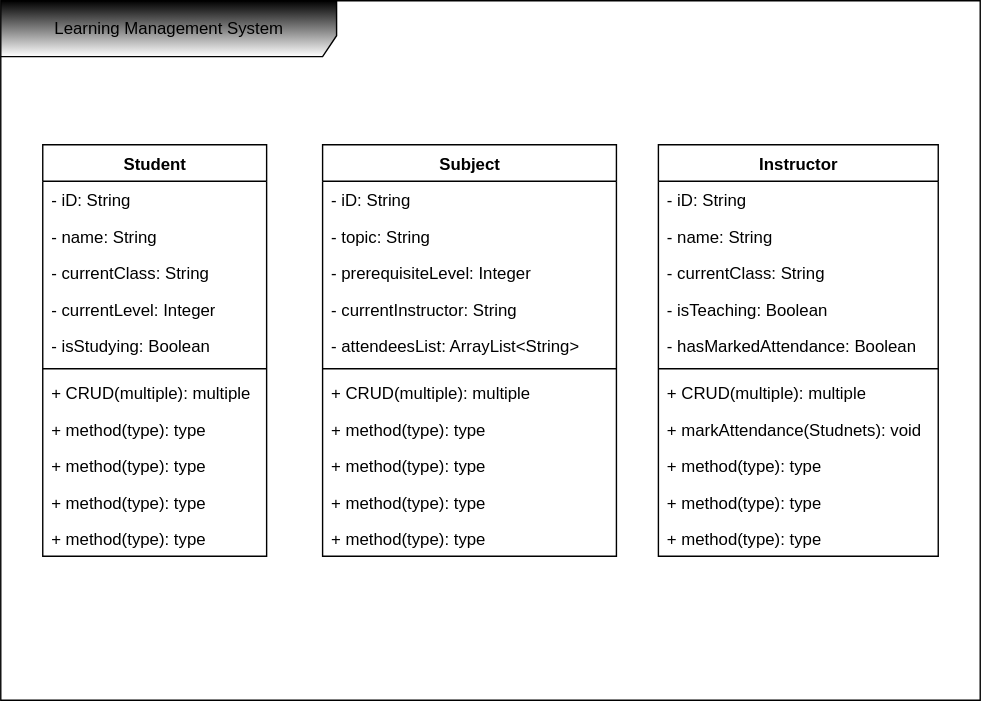
Abdullah-Alwael/SpringBootLab7 keeps this draw.io diagram as LMS.svg. Above is the earlier version. Source tidied: cells renumbered, new cells last; positions are measured from the earlier drawing's top-left corner, leaving out a move shared by most shapes.
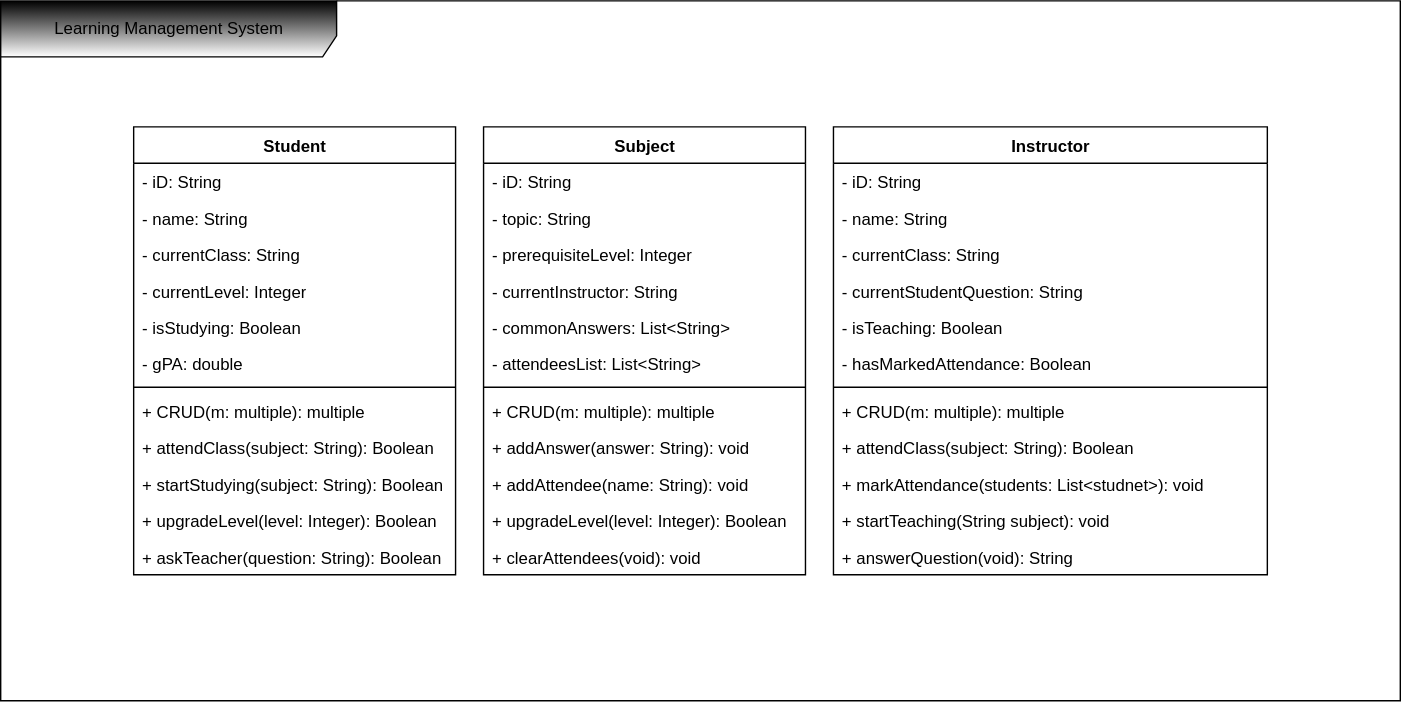
The same file after the commit.

Commit message:
Completed UML diagram

Change to the diagram source:
```diff
@@ -3,115 +3,124 @@
     <mxCell id="0" />
     <mxCell id="1" parent="0" />
     <mxCell id="2" value="Learning Management System" style="shape=umlFrame;whiteSpace=wrap;html=1;width=240;height=40;gradientColor=default;swimlaneFillColor=default;gradientDirection=north;fillColor=default;strokeColor=default;" parent="1" vertex="1">
-      <mxGeometry width="700" height="500" as="geometry" />
+      <mxGeometry x="370" y="230" width="1000" height="500" as="geometry" />
     </mxCell>
     <mxCell id="3" value="Subject" style="swimlane;fontStyle=1;align=center;verticalAlign=top;horizontal=1;startSize=26;whiteSpace=wrap;html=1;" parent="1" vertex="1">
-      <mxGeometry x="230" y="103" width="210" height="294" as="geometry" />
+      <mxGeometry x="715" y="320" width="230" height="320" as="geometry" />
     </mxCell>
     <mxCell id="4" value="- iD: String" style="text;strokeColor=none;fillColor=none;align=left;verticalAlign=top;spacingLeft=4;spacingRight=4;overflow=hidden;whiteSpace=wrap;html=1;" parent="3" vertex="1">
-      <mxGeometry y="26" width="210" height="26" as="geometry" />
+      <mxGeometry y="26" width="230" height="26" as="geometry" />
     </mxCell>
     <mxCell id="5" value="&lt;div style=&quot;direction: ltr;&quot;&gt;&lt;span style=&quot;background-color: transparent; color: light-dark(rgb(0, 0, 0), rgb(255, 255, 255));&quot;&gt;- topic: String&lt;/span&gt;&lt;/div&gt;" style="text;strokeColor=none;fillColor=none;align=left;verticalAlign=top;spacingLeft=4;spacingRight=4;overflow=hidden;whiteSpace=wrap;html=1;" parent="3" vertex="1">
-      <mxGeometry y="52" width="210" height="26" as="geometry" />
+      <mxGeometry y="52" width="230" height="26" as="geometry" />
     </mxCell>
     <mxCell id="6" value="- prerequisiteLevel: Integer" style="text;strokeColor=none;fillColor=none;align=left;verticalAlign=top;spacingLeft=4;spacingRight=4;overflow=hidden;whiteSpace=wrap;html=1;" parent="3" vertex="1">
-      <mxGeometry y="78" width="210" height="26" as="geometry" />
+      <mxGeometry y="78" width="230" height="26" as="geometry" />
     </mxCell>
     <mxCell id="7" value="- currentInstructor: String" style="text;strokeColor=none;fillColor=none;align=left;verticalAlign=top;spacingLeft=4;spacingRight=4;overflow=hidden;whiteSpace=wrap;html=1;" parent="3" vertex="1">
-      <mxGeometry y="104" width="210" height="26" as="geometry" />
+      <mxGeometry y="104" width="230" height="26" as="geometry" />
     </mxCell>
+    <mxCell id="39" value="- commonAnswers: List&amp;lt;String&amp;gt;" style="text;strokeColor=none;fillColor=none;align=left;verticalAlign=top;spacingLeft=4;spacingRight=4;overflow=hidden;whiteSpace=wrap;html=1;" parent="3" vertex="1">
+      <mxGeometry y="130" width="230" height="26" as="geometry" />
+    </mxCell>
-    <mxCell id="8" value="- attendeesList: ArrayList&amp;lt;String&amp;gt;" style="text;strokeColor=none;fillColor=none;align=left;verticalAlign=top;spacingLeft=4;spacingRight=4;overflow=hidden;whiteSpace=wrap;html=1;" parent="3" vertex="1">
-      <mxGeometry y="130" width="210" height="26" as="geometry" />
+    <mxCell id="8" value="- attendeesList: List&amp;lt;String&amp;gt;" style="text;strokeColor=none;fillColor=none;align=left;verticalAlign=top;spacingLeft=4;spacingRight=4;overflow=hidden;whiteSpace=wrap;html=1;" parent="3" vertex="1">
+      <mxGeometry y="156" width="230" height="26" as="geometry" />
     </mxCell>
     <mxCell id="9" style="line;strokeWidth=1;fillColor=none;align=left;verticalAlign=middle;spacingTop=-1;spacingLeft=3;spacingRight=3;labelPosition=right;strokeColor=inherit;" parent="3" vertex="1">
-      <mxGeometry y="156" width="210" height="8" as="geometry" />
+      <mxGeometry y="182" width="230" height="8" as="geometry" />
     </mxCell>
-    <mxCell id="10" value="+ CRUD(multiple): multiple" style="text;strokeColor=none;fillColor=none;align=left;verticalAlign=top;spacingLeft=4;spacingRight=4;overflow=hidden;whiteSpace=wrap;html=1;" parent="3" vertex="1">
-      <mxGeometry y="164" width="210" height="26" as="geometry" />
+    <mxCell id="10" value="+ CRUD(m: multiple): multiple" style="text;strokeColor=none;fillColor=none;align=left;verticalAlign=top;spacingLeft=4;spacingRight=4;overflow=hidden;whiteSpace=wrap;html=1;" parent="3" vertex="1">
+      <mxGeometry y="190" width="230" height="26" as="geometry" />
     </mxCell>
-    <mxCell id="11" value="+ method(type): type" style="text;strokeColor=none;fillColor=none;align=left;verticalAlign=top;spacingLeft=4;spacingRight=4;overflow=hidden;whiteSpace=wrap;html=1;" parent="3" vertex="1">
-      <mxGeometry y="190" width="210" height="26" as="geometry" />
+    <mxCell id="11" value="&lt;div style=&quot;direction: ltr;&quot;&gt;&lt;span style=&quot;background-color: transparent; color: light-dark(rgb(0, 0, 0), rgb(255, 255, 255));&quot;&gt;+ addAnswer(answer: String): void&lt;/span&gt;&lt;/div&gt;" style="text;strokeColor=none;fillColor=none;align=left;verticalAlign=top;spacingLeft=4;spacingRight=4;overflow=hidden;whiteSpace=wrap;html=1;" parent="3" vertex="1">
+      <mxGeometry y="216" width="230" height="26" as="geometry" />
     </mxCell>
-    <mxCell id="12" value="+ method(type): type" style="text;strokeColor=none;fillColor=none;align=left;verticalAlign=top;spacingLeft=4;spacingRight=4;overflow=hidden;whiteSpace=wrap;html=1;" parent="3" vertex="1">
-      <mxGeometry y="216" width="210" height="26" as="geometry" />
+    <mxCell id="12" value="+ addAttendee(name: String): void" style="text;strokeColor=none;fillColor=none;align=left;verticalAlign=top;spacingLeft=4;spacingRight=4;overflow=hidden;whiteSpace=wrap;html=1;" parent="3" vertex="1">
+      <mxGeometry y="242" width="230" height="26" as="geometry" />
     </mxCell>
-    <mxCell id="13" value="+ method(type): type" style="text;strokeColor=none;fillColor=none;align=left;verticalAlign=top;spacingLeft=4;spacingRight=4;overflow=hidden;whiteSpace=wrap;html=1;" parent="3" vertex="1">
-      <mxGeometry y="242" width="210" height="26" as="geometry" />
+    <mxCell id="13" value="+ upgradeLevel(level: Integer): Boolean" style="text;strokeColor=none;fillColor=none;align=left;verticalAlign=top;spacingLeft=4;spacingRight=4;overflow=hidden;whiteSpace=wrap;html=1;" parent="3" vertex="1">
+      <mxGeometry y="268" width="230" height="26" as="geometry" />
     </mxCell>
-    <mxCell id="14" value="+ method(type): type" style="text;strokeColor=none;fillColor=none;align=left;verticalAlign=top;spacingLeft=4;spacingRight=4;overflow=hidden;whiteSpace=wrap;html=1;" parent="3" vertex="1">
-      <mxGeometry y="268" width="210" height="26" as="geometry" />
+    <mxCell id="14" value="+ clearAttendees(void): void" style="text;strokeColor=none;fillColor=none;align=left;verticalAlign=top;spacingLeft=4;spacingRight=4;overflow=hidden;whiteSpace=wrap;html=1;" parent="3" vertex="1">
+      <mxGeometry y="294" width="230" height="26" as="geometry" />
     </mxCell>
     <mxCell id="15" value="Student" style="swimlane;fontStyle=1;align=center;verticalAlign=top;horizontal=1;startSize=26;whiteSpace=wrap;html=1;" parent="1" vertex="1">
-      <mxGeometry x="30" y="103" width="160" height="294" as="geometry" />
+      <mxGeometry x="465" y="320" width="230" height="320" as="geometry" />
     </mxCell>
     <mxCell id="16" value="- iD: String" style="text;strokeColor=none;fillColor=none;align=left;verticalAlign=top;spacingLeft=4;spacingRight=4;overflow=hidden;whiteSpace=wrap;html=1;" parent="15" vertex="1">
-      <mxGeometry y="26" width="160" height="26" as="geometry" />
+      <mxGeometry y="26" width="230" height="26" as="geometry" />
     </mxCell>
     <mxCell id="17" value="- name: String" style="text;strokeColor=none;fillColor=none;align=left;verticalAlign=top;spacingLeft=4;spacingRight=4;overflow=hidden;whiteSpace=wrap;html=1;" parent="15" vertex="1">
-      <mxGeometry y="52" width="160" height="26" as="geometry" />
+      <mxGeometry y="52" width="230" height="26" as="geometry" />
     </mxCell>
     <mxCell id="18" value="- currentClass: String" style="text;strokeColor=none;fillColor=none;align=left;verticalAlign=top;spacingLeft=4;spacingRight=4;overflow=hidden;whiteSpace=wrap;html=1;" parent="15" vertex="1">
-      <mxGeometry y="78" width="160" height="26" as="geometry" />
+      <mxGeometry y="78" width="230" height="26" as="geometry" />
     </mxCell>
     <mxCell id="19" value="- currentLevel: Integer" style="text;strokeColor=none;fillColor=none;align=left;verticalAlign=top;spacingLeft=4;spacingRight=4;overflow=hidden;whiteSpace=wrap;html=1;" parent="15" vertex="1">
-      <mxGeometry y="104" width="160" height="26" as="geometry" />
+      <mxGeometry y="104" width="230" height="26" as="geometry" />
     </mxCell>
     <mxCell id="20" value="- isStudying: Boolean" style="text;strokeColor=none;fillColor=none;align=left;verticalAlign=top;spacingLeft=4;spacingRight=4;overflow=hidden;whiteSpace=wrap;html=1;" parent="15" vertex="1">
-      <mxGeometry y="130" width="160" height="26" as="geometry" />
+      <mxGeometry y="130" width="230" height="26" as="geometry" />
     </mxCell>
+    <mxCell id="40" value="- gPA: double" style="text;strokeColor=none;fillColor=none;align=left;verticalAlign=top;spacingLeft=4;spacingRight=4;overflow=hidden;whiteSpace=wrap;html=1;" parent="15" vertex="1">
+      <mxGeometry y="156" width="230" height="26" as="geometry" />
+    </mxCell>
     <mxCell id="21" style="line;strokeWidth=1;fillColor=none;align=left;verticalAlign=middle;spacingTop=-1;spacingLeft=3;spacingRight=3;labelPosition=right;strokeColor=inherit;" parent="15" vertex="1">
-      <mxGeometry y="156" width="160" height="8" as="geometry" />
+      <mxGeometry y="182" width="230" height="8" as="geometry" />
     </mxCell>
-    <mxCell id="22" value="+ CRUD(multiple): multiple" style="text;strokeColor=none;fillColor=none;align=left;verticalAlign=top;spacingLeft=4;spacingRight=4;overflow=hidden;whiteSpace=wrap;html=1;" parent="15" vertex="1">
-      <mxGeometry y="164" width="160" height="26" as="geometry" />
+    <mxCell id="22" value="+ CRUD(m: multiple): multiple" style="text;strokeColor=none;fillColor=none;align=left;verticalAlign=top;spacingLeft=4;spacingRight=4;overflow=hidden;whiteSpace=wrap;html=1;" parent="15" vertex="1">
+      <mxGeometry y="190" width="230" height="26" as="geometry" />
     </mxCell>
-    <mxCell id="23" value="+ method(type): type" style="text;strokeColor=none;fillColor=none;align=left;verticalAlign=top;spacingLeft=4;spacingRight=4;overflow=hidden;whiteSpace=wrap;html=1;" parent="15" vertex="1">
-      <mxGeometry y="190" width="160" height="26" as="geometry" />
+    <mxCell id="23" value="+ attendClass(subject: String): Boolean" style="text;strokeColor=none;fillColor=none;align=left;verticalAlign=top;spacingLeft=4;spacingRight=4;overflow=hidden;whiteSpace=wrap;html=1;" parent="15" vertex="1">
+      <mxGeometry y="216" width="230" height="26" as="geometry" />
     </mxCell>
-    <mxCell id="24" value="+ method(type): type" style="text;strokeColor=none;fillColor=none;align=left;verticalAlign=top;spacingLeft=4;spacingRight=4;overflow=hidden;whiteSpace=wrap;html=1;" parent="15" vertex="1">
-      <mxGeometry y="216" width="160" height="26" as="geometry" />
+    <mxCell id="24" value="+ startStudying(subject&lt;span style=&quot;background-color: transparent; color: light-dark(rgb(0, 0, 0), rgb(255, 255, 255));&quot;&gt;: String): Boolean&lt;/span&gt;" style="text;strokeColor=none;fillColor=none;align=left;verticalAlign=top;spacingLeft=4;spacingRight=4;overflow=hidden;whiteSpace=wrap;html=1;" parent="15" vertex="1">
+      <mxGeometry y="242" width="230" height="26" as="geometry" />
     </mxCell>
-    <mxCell id="25" value="+ method(type): type" style="text;strokeColor=none;fillColor=none;align=left;verticalAlign=top;spacingLeft=4;spacingRight=4;overflow=hidden;whiteSpace=wrap;html=1;" parent="15" vertex="1">
-      <mxGeometry y="242" width="160" height="26" as="geometry" />
+    <mxCell id="25" value="&lt;div style=&quot;direction: ltr;&quot;&gt;&lt;span style=&quot;background-color: transparent; color: light-dark(rgb(0, 0, 0), rgb(255, 255, 255));&quot;&gt;+ upgradeLevel(level: Integer): Boolean&lt;/span&gt;&lt;/div&gt;" style="text;strokeColor=none;fillColor=none;align=left;verticalAlign=top;spacingLeft=4;spacingRight=4;overflow=hidden;whiteSpace=wrap;html=1;" parent="15" vertex="1">
+      <mxGeometry y="268" width="230" height="26" as="geometry" />
     </mxCell>
-    <mxCell id="26" value="+ method(type): type" style="text;strokeColor=none;fillColor=none;align=left;verticalAlign=top;spacingLeft=4;spacingRight=4;overflow=hidden;whiteSpace=wrap;html=1;" parent="15" vertex="1">
-      <mxGeometry y="268" width="160" height="26" as="geometry" />
+    <mxCell id="26" value="+ askTeacher(question: String): Boolean" style="text;strokeColor=none;fillColor=none;align=left;verticalAlign=top;spacingLeft=4;spacingRight=4;overflow=hidden;whiteSpace=wrap;html=1;" parent="15" vertex="1">
+      <mxGeometry y="294" width="230" height="26" as="geometry" />
     </mxCell>
     <mxCell id="27" value="Instructor" style="swimlane;fontStyle=1;align=center;verticalAlign=top;horizontal=1;startSize=26;whiteSpace=wrap;html=1;" parent="1" vertex="1">
-      <mxGeometry x="470" y="103" width="200" height="294" as="geometry" />
+      <mxGeometry x="965" y="320" width="310" height="320" as="geometry" />
     </mxCell>
     <mxCell id="28" value="- iD: String" style="text;strokeColor=none;fillColor=none;align=left;verticalAlign=top;spacingLeft=4;spacingRight=4;overflow=hidden;whiteSpace=wrap;html=1;" parent="27" vertex="1">
-      <mxGeometry y="26" width="200" height="26" as="geometry" />
+      <mxGeometry y="26" width="310" height="26" as="geometry" />
     </mxCell>
     <mxCell id="29" value="- name: String" style="text;strokeColor=none;fillColor=none;align=left;verticalAlign=top;spacingLeft=4;spacingRight=4;overflow=hidden;whiteSpace=wrap;html=1;" parent="27" vertex="1">
-      <mxGeometry y="52" width="200" height="26" as="geometry" />
+      <mxGeometry y="52" width="310" height="26" as="geometry" />
     </mxCell>
     <mxCell id="30" value="- currentClass: String" style="text;strokeColor=none;fillColor=none;align=left;verticalAlign=top;spacingLeft=4;spacingRight=4;overflow=hidden;whiteSpace=wrap;html=1;" parent="27" vertex="1">
-      <mxGeometry y="78" width="200" height="26" as="geometry" />
+      <mxGeometry y="78" width="310" height="26" as="geometry" />
     </mxCell>
+    <mxCell id="41" value="- currentStudentQuestion: String" style="text;strokeColor=none;fillColor=none;align=left;verticalAlign=top;spacingLeft=4;spacingRight=4;overflow=hidden;whiteSpace=wrap;html=1;" parent="27" vertex="1">
+      <mxGeometry y="104" width="310" height="26" as="geometry" />
+    </mxCell>
     <mxCell id="31" value="- isTeaching: Boolean" style="text;strokeColor=none;fillColor=none;align=left;verticalAlign=top;spacingLeft=4;spacingRight=4;overflow=hidden;whiteSpace=wrap;html=1;" parent="27" vertex="1">
-      <mxGeometry y="104" width="200" height="26" as="geometry" />
+      <mxGeometry y="130" width="310" height="26" as="geometry" />
     </mxCell>
     <mxCell id="32" value="- hasMarkedAttendance: Boolean" style="text;strokeColor=none;fillColor=none;align=left;verticalAlign=top;spacingLeft=4;spacingRight=4;overflow=hidden;whiteSpace=wrap;html=1;" parent="27" vertex="1">
-      <mxGeometry y="130" width="200" height="26" as="geometry" />
+      <mxGeometry y="156" width="310" height="26" as="geometry" />
     </mxCell>
     <mxCell id="33" style="line;strokeWidth=1;fillColor=none;align=left;verticalAlign=middle;spacingTop=-1;spacingLeft=3;spacingRight=3;labelPosition=right;strokeColor=inherit;" parent="27" vertex="1">
-      <mxGeometry y="156" width="200" height="8" as="geometry" />
+      <mxGeometry y="182" width="310" height="8" as="geometry" />
     </mxCell>
-    <mxCell id="34" value="+ CRUD(multiple): multiple" style="text;strokeColor=none;fillColor=none;align=left;verticalAlign=top;spacingLeft=4;spacingRight=4;overflow=hidden;whiteSpace=wrap;html=1;" parent="27" vertex="1">
-      <mxGeometry y="164" width="200" height="26" as="geometry" />
+    <mxCell id="34" value="+ CRUD(m: multiple): multiple" style="text;strokeColor=none;fillColor=none;align=left;verticalAlign=top;spacingLeft=4;spacingRight=4;overflow=hidden;whiteSpace=wrap;html=1;" parent="27" vertex="1">
+      <mxGeometry y="190" width="310" height="26" as="geometry" />
     </mxCell>
+    <mxCell id="42" value="+ attendClass(subject: String): Boolean" style="text;strokeColor=none;fillColor=none;align=left;verticalAlign=top;spacingLeft=4;spacingRight=4;overflow=hidden;whiteSpace=wrap;html=1;" parent="27" vertex="1">
+      <mxGeometry y="216" width="310" height="26" as="geometry" />
+    </mxCell>
-    <mxCell id="35" value="+ markAttendance(Studnets): void" style="text;strokeColor=none;fillColor=none;align=left;verticalAlign=top;spacingLeft=4;spacingRight=4;overflow=hidden;whiteSpace=wrap;html=1;" parent="27" vertex="1">
-      <mxGeometry y="190" width="200" height="26" as="geometry" />
+    <mxCell id="35" value="+ markAttendance(students: List&amp;lt;studnet&amp;gt;): void" style="text;strokeColor=none;fillColor=none;align=left;verticalAlign=top;spacingLeft=4;spacingRight=4;overflow=hidden;whiteSpace=wrap;html=1;" parent="27" vertex="1">
+      <mxGeometry y="242" width="310" height="26" as="geometry" />
     </mxCell>
-    <mxCell id="36" value="+ method(type): type" style="text;strokeColor=none;fillColor=none;align=left;verticalAlign=top;spacingLeft=4;spacingRight=4;overflow=hidden;whiteSpace=wrap;html=1;" parent="27" vertex="1">
-      <mxGeometry y="216" width="200" height="26" as="geometry" />
+    <mxCell id="36" value="+ startTeaching(String subject): void" style="text;strokeColor=none;fillColor=none;align=left;verticalAlign=top;spacingLeft=4;spacingRight=4;overflow=hidden;whiteSpace=wrap;html=1;" parent="27" vertex="1">
+      <mxGeometry y="268" width="310" height="26" as="geometry" />
     </mxCell>
-    <mxCell id="37" value="+ method(type): type" style="text;strokeColor=none;fillColor=none;align=left;verticalAlign=top;spacingLeft=4;spacingRight=4;overflow=hidden;whiteSpace=wrap;html=1;" parent="27" vertex="1">
-      <mxGeometry y="242" width="200" height="26" as="geometry" />
+    <mxCell id="37" value="+ answerQuestion(void): String" style="text;strokeColor=none;fillColor=none;align=left;verticalAlign=top;spacingLeft=4;spacingRight=4;overflow=hidden;whiteSpace=wrap;html=1;" parent="27" vertex="1">
+      <mxGeometry y="294" width="310" height="26" as="geometry" />
     </mxCell>
-    <mxCell id="38" value="+ method(type): type" style="text;strokeColor=none;fillColor=none;align=left;verticalAlign=top;spacingLeft=4;spacingRight=4;overflow=hidden;whiteSpace=wrap;html=1;" parent="27" vertex="1">
-      <mxGeometry y="268" width="200" height="26" as="geometry" />
-    </mxCell>
   </root>
 </mxGraphModel>
```
